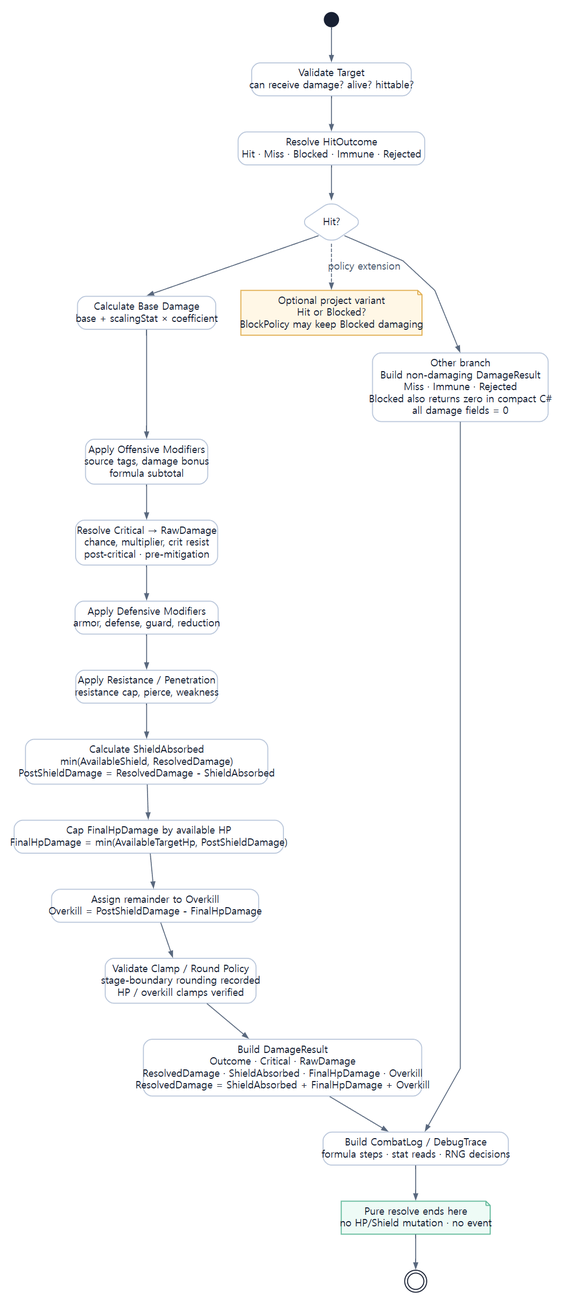
Above: assets/diagrams/23_damage_resolution_activity_diagram.png in JY-LemongO/game-system-framework-knowledge-site (Graphviz), before the change. Its source is kept beside it as source/diagrams/23_damage_resolution_activity_diagram.dot.
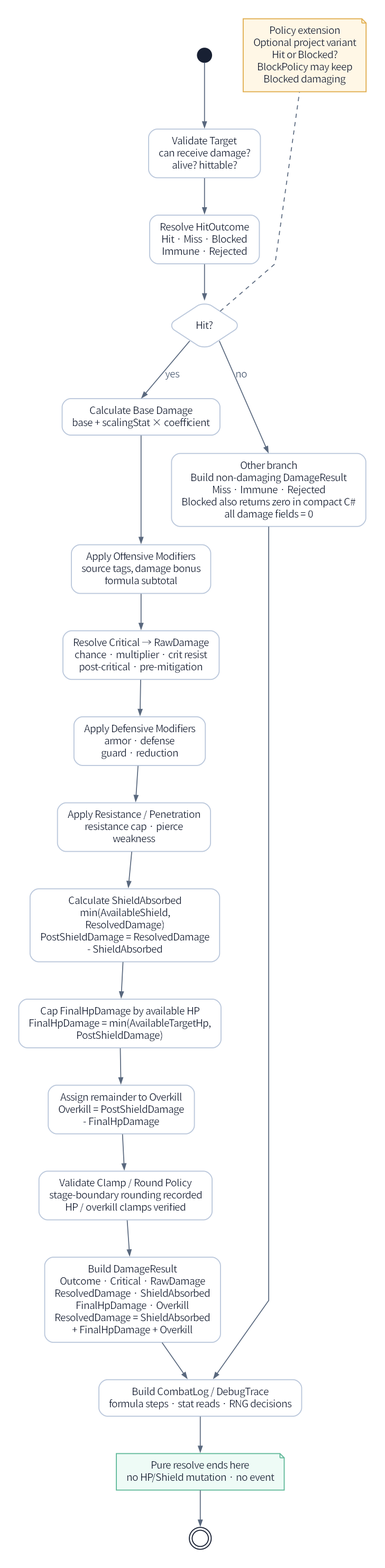
The same diagram one commit later.

What changed in the source:
```diff
@@ -1,33 +1,33 @@
 digraph G {
-  graph [fontname="Noto Sans CJK KR", bgcolor="#ffffff", margin=0.12, pad=0.25, ranksep=0.70, nodesep=0.50];
-  node [fontname="Noto Sans CJK KR", shape=box, style="rounded,filled", color="#bac7db", penwidth=1.4, fillcolor="#ffffff", fontcolor="#182033", margin="0.14,0.09"];
-  edge [fontname="Noto Sans CJK KR", color="#59687e", fontcolor="#46566e", arrowsize=0.8, penwidth=1.3];
+  graph [fontname="Noto Sans KR", bgcolor="#ffffff", margin=0.12, pad=0.25, ranksep=0.72, nodesep=0.62];
+  node [fontname="Noto Sans KR", shape=box, style="rounded,filled", color="#bac7db", penwidth=1.4, fillcolor="#ffffff", fontcolor="#182033", margin="0.20,0.12"];
+  edge [fontname="Noto Sans KR", color="#59687e", fontcolor="#46566e", arrowsize=0.8, penwidth=1.3];
   rankdir=TB; splines=polyline;
 
   start [shape=circle, width=.28, label="", fillcolor="#182033", color="#182033"];
-  validate [label="Validate Target\ncan receive damage? alive? hittable?"];
-  hit [label="Resolve HitOutcome\nHit · Miss · Blocked · Immune · Rejected"];
+  validate [label="Validate Target\ncan receive damage?\nalive? hittable?"];
+  hit [label="Resolve HitOutcome\nHit · Miss · Blocked\nImmune · Rejected"];
   damaging [shape=diamond, label="Hit?"];
-  blockedVariant [shape=note, label="Optional project variant\nHit or Blocked?\nBlockPolicy may keep Blocked damaging", fillcolor="#fff7e6", color="#e0ad4e"];
+  blockedVariant [shape=note, label="Policy extension\nOptional project variant\nHit or Blocked?\nBlockPolicy may keep\nBlocked damaging", fillcolor="#fff7e6", color="#e0ad4e"];
   base [label="Calculate Base Damage\nbase + scalingStat × coefficient"];
   off [label="Apply Offensive Modifiers\nsource tags, damage bonus\nformula subtotal"];
-  crit [label="Resolve Critical → RawDamage\nchance, multiplier, crit resist\npost-critical · pre-mitigation"];
-  def [label="Apply Defensive Modifiers\narmor, defense, guard, reduction"];
-  resist [label="Apply Resistance / Penetration\nresistance cap, pierce, weakness"];
+  crit [label="Resolve Critical → RawDamage\nchance · multiplier · crit resist\npost-critical · pre-mitigation"];
+  def [label="Apply Defensive Modifiers\narmor · defense\nguard · reduction"];
+  resist [label="Apply Resistance / Penetration\nresistance cap · pierce\nweakness"];
   round [label="Validate Clamp / Round Policy\nstage-boundary rounding recorded\nHP / overkill clamps verified"];
-  shield [label="Calculate ShieldAbsorbed\nmin(AvailableShield, ResolvedDamage)\nPostShieldDamage = ResolvedDamage - ShieldAbsorbed"];
-  hpCap [label="Cap FinalHpDamage by available HP\nFinalHpDamage = min(AvailableTargetHp, PostShieldDamage)"];
-  overkill [label="Assign remainder to Overkill\nOverkill = PostShieldDamage - FinalHpDamage"];
-  result [label="Build DamageResult\nOutcome · Critical · RawDamage\nResolvedDamage · ShieldAbsorbed · FinalHpDamage · Overkill\nResolvedDamage = ShieldAbsorbed + FinalHpDamage + Overkill"];
+  shield [label="Calculate ShieldAbsorbed\nmin(AvailableShield,\nResolvedDamage)\nPostShieldDamage = ResolvedDamage\n- ShieldAbsorbed"];
+  hpCap [label="Cap FinalHpDamage by available HP\nFinalHpDamage = min(AvailableTargetHp,\nPostShieldDamage)"];
+  overkill [label="Assign remainder to Overkill\nOverkill = PostShieldDamage\n- FinalHpDamage"];
+  result [label="Build DamageResult\nOutcome · Critical · RawDamage\nResolvedDamage · ShieldAbsorbed\nFinalHpDamage · Overkill\nResolvedDamage = ShieldAbsorbed\n+ FinalHpDamage + Overkill"];
   nonHit [label="Other branch\nBuild non-damaging DamageResult\nMiss · Immune · Rejected\nBlocked also returns zero in compact C#\nall damage fields = 0"];
   trace [label="Build CombatLog / DebugTrace\nformula steps · stat reads · RNG decisions"];
   boundary [shape=note, label="Pure resolve ends here\nno HP/Shield mutation · no event", fillcolor="#eefbf6", color="#61b99a"];
   end [shape=doublecircle, width=.32, label="", fillcolor="#ffffff", color="#182033"];
 
   start -> validate -> hit -> damaging;
-  damaging -> blockedVariant [style=dashed, label="policy extension"];
-  damaging:se -> nonHit:n;
-  damaging:sw -> base:n;
+  damaging -> blockedVariant [style=dashed, arrowhead=none, constraint=false];
+  damaging:se -> nonHit:n [label="no"];
+  damaging:sw -> base:n [label="yes"];
   base -> off -> crit -> def -> resist -> shield -> hpCap -> overkill -> round -> result -> trace -> boundary -> end;
   nonHit -> trace;
 }
```
